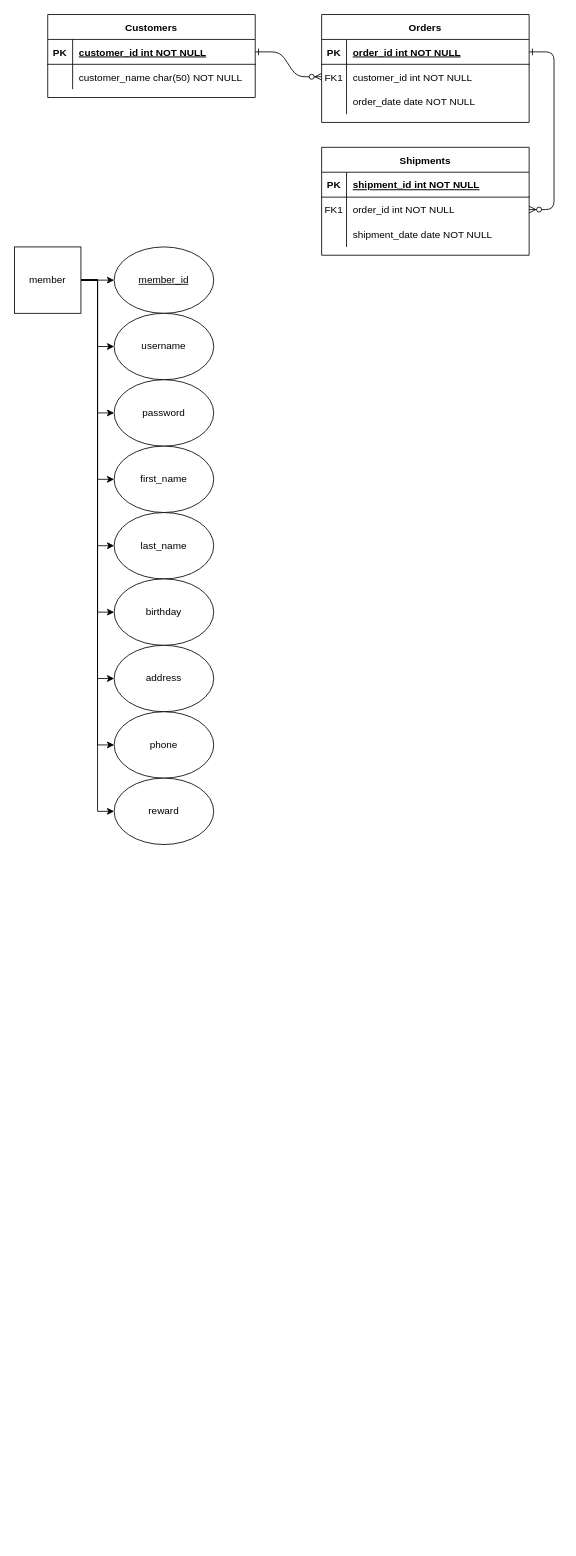
The draw.io diagram ER Diagram.drawio in Misaka2623/CS460Project4, before the edit. Source tidied: cells renumbered, new cells numbered last; positions are measured from the earlier drawing's top-left corner, leaving out a move shared by most shapes. Both pictures are drawn from the tidied source at 83%, with x=0, y=0 at pixel (14, 14).
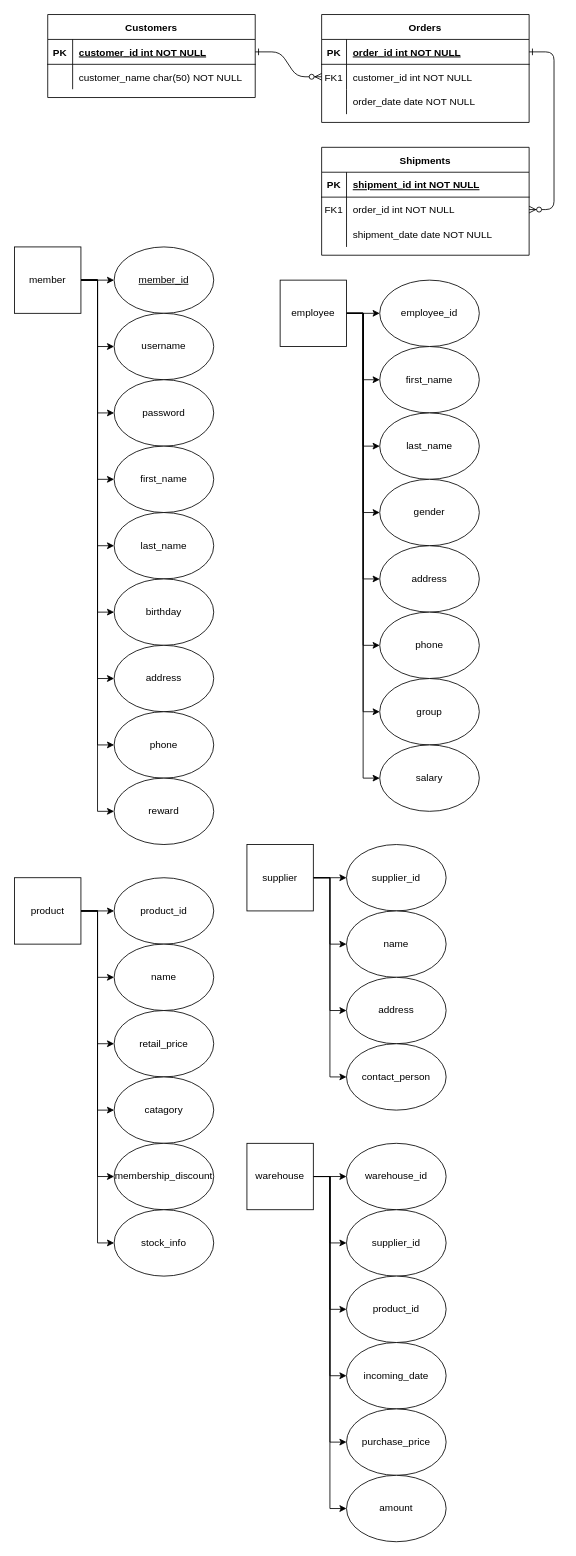
After the change.

What changed in the source:
```diff
@@
+    <mxCell id="50" style="edgeStyle=orthogonalEdgeStyle;rounded=0;jettySize=auto;html=1;exitX=1;exitY=0.5;exitDx=0;exitDy=0;" parent="1" edge="1" source="58" target="59">
+      <mxGeometry relative="1" as="geometry" />
+    </mxCell>
+    <mxCell id="51" style="edgeStyle=orthogonalEdgeStyle;rounded=0;jettySize=auto;html=1;exitX=1;exitY=0.5;exitDx=0;exitDy=0;" parent="1" edge="1" source="58" target="60">
+      <mxGeometry relative="1" as="geometry" />
+    </mxCell>
+    <mxCell id="52" style="edgeStyle=orthogonalEdgeStyle;rounded=0;jettySize=auto;html=1;exitX=1;exitY=0.5;exitDx=0;exitDy=0;entryX=0;entryY=0.5;entryDx=0;entryDy=0;" parent="1" edge="1" source="58" target="61">
+      <mxGeometry relative="1" as="geometry" />
+    </mxCell>
+    <mxCell id="53" style="edgeStyle=orthogonalEdgeStyle;rounded=0;jettySize=auto;html=1;exitX=1;exitY=0.5;exitDx=0;exitDy=0;entryX=0;entryY=0.5;entryDx=0;entryDy=0;" parent="1" edge="1" source="58" target="62">
+      <mxGeometry relative="1" as="geometry" />
+    </mxCell>
+    <mxCell id="54" style="edgeStyle=orthogonalEdgeStyle;rounded=0;jettySize=auto;html=1;exitX=1;exitY=0.5;exitDx=0;exitDy=0;entryX=0;entryY=0.5;entryDx=0;entryDy=0;" parent="1" edge="1" source="58" target="63">
+      <mxGeometry relative="1" as="geometry" />
+    </mxCell>
+    <mxCell id="55" style="edgeStyle=orthogonalEdgeStyle;rounded=0;jettySize=auto;html=1;exitX=1;exitY=0.5;exitDx=0;exitDy=0;entryX=0;entryY=0.5;entryDx=0;entryDy=0;" parent="1" edge="1" source="58" target="64">
+      <mxGeometry relative="1" as="geometry" />
+    </mxCell>
+    <mxCell id="56" style="edgeStyle=orthogonalEdgeStyle;rounded=0;jettySize=auto;html=1;exitX=1;exitY=0.5;exitDx=0;exitDy=0;entryX=0;entryY=0.5;entryDx=0;entryDy=0;" parent="1" edge="1" source="58" target="65">
+      <mxGeometry relative="1" as="geometry" />
+    </mxCell>
+    <mxCell id="57" style="edgeStyle=orthogonalEdgeStyle;rounded=0;jettySize=auto;html=1;exitX=1;exitY=0.5;exitDx=0;exitDy=0;entryX=0;entryY=0.5;entryDx=0;entryDy=0;" parent="1" edge="1" source="58" target="66">
+      <mxGeometry relative="1" as="geometry" />
+    </mxCell>
+    <mxCell id="58" value="employee" style="whiteSpace=wrap;html=1;" parent="1" vertex="1">
+      <mxGeometry x="320" y="320" width="80" height="80" as="geometry" />
+    </mxCell>
+    <mxCell id="59" value="employee_id" style="ellipse;whiteSpace=wrap;html=1;" parent="1" vertex="1">
+      <mxGeometry x="440" y="320" width="120" height="80" as="geometry" />
+    </mxCell>
+    <mxCell id="60" value="first_name" style="ellipse;whiteSpace=wrap;html=1;" parent="1" vertex="1">
+      <mxGeometry x="440" y="400" width="120" height="80" as="geometry" />
+    </mxCell>
+    <mxCell id="61" value="last_name" style="ellipse;whiteSpace=wrap;html=1;" parent="1" vertex="1">
+      <mxGeometry x="440" y="480" width="120" height="80" as="geometry" />
+    </mxCell>
+    <mxCell id="62" value="gender" style="ellipse;whiteSpace=wrap;html=1;" parent="1" vertex="1">
+      <mxGeometry x="440" y="560" width="120" height="80" as="geometry" />
+    </mxCell>
+    <mxCell id="63" value="address" style="ellipse;whiteSpace=wrap;html=1;" parent="1" vertex="1">
+      <mxGeometry x="440" y="640" width="120" height="80" as="geometry" />
+    </mxCell>
+    <mxCell id="64" value="phone" style="ellipse;whiteSpace=wrap;html=1;" parent="1" vertex="1">
+      <mxGeometry x="440" y="720" width="120" height="80" as="geometry" />
+    </mxCell>
+    <mxCell id="65" value="group" style="ellipse;whiteSpace=wrap;html=1;" parent="1" vertex="1">
+      <mxGeometry x="440" y="800" width="120" height="80" as="geometry" />
+    </mxCell>
+    <mxCell id="66" value="salary" style="ellipse;whiteSpace=wrap;html=1;" parent="1" vertex="1">
+      <mxGeometry x="440" y="880" width="120" height="80" as="geometry" />
+    </mxCell>
+    <mxCell id="67" style="edgeStyle=orthogonalEdgeStyle;rounded=0;jettySize=auto;html=1;exitX=1;exitY=0.5;exitDx=0;exitDy=0;" parent="1" edge="1" source="73" target="74">
+      <mxGeometry relative="1" as="geometry" />
+    </mxCell>
+    <mxCell id="68" style="edgeStyle=orthogonalEdgeStyle;rounded=0;jettySize=auto;html=1;exitX=1;exitY=0.5;exitDx=0;exitDy=0;" parent="1" edge="1" source="73" target="75">
+      <mxGeometry relative="1" as="geometry" />
+    </mxCell>
+    <mxCell id="69" style="edgeStyle=orthogonalEdgeStyle;rounded=0;jettySize=auto;html=1;exitX=1;exitY=0.5;exitDx=0;exitDy=0;entryX=0;entryY=0.5;entryDx=0;entryDy=0;" parent="1" edge="1" source="73" target="76">
+      <mxGeometry relative="1" as="geometry" />
+    </mxCell>
+    <mxCell id="70" style="edgeStyle=orthogonalEdgeStyle;rounded=0;jettySize=auto;html=1;exitX=1;exitY=0.5;exitDx=0;exitDy=0;entryX=0;entryY=0.5;entryDx=0;entryDy=0;" parent="1" edge="1" source="73" target="77">
+      <mxGeometry relative="1" as="geometry" />
+    </mxCell>
+    <mxCell id="71" style="edgeStyle=orthogonalEdgeStyle;rounded=0;jettySize=auto;html=1;exitX=1;exitY=0.5;exitDx=0;exitDy=0;entryX=0;entryY=0.5;entryDx=0;entryDy=0;" parent="1" edge="1" source="73" target="78">
+      <mxGeometry relative="1" as="geometry" />
+    </mxCell>
+    <mxCell id="72" style="edgeStyle=orthogonalEdgeStyle;rounded=0;jettySize=auto;html=1;exitX=1;exitY=0.5;exitDx=0;exitDy=0;entryX=0;entryY=0.5;entryDx=0;entryDy=0;" parent="1" edge="1" source="73" target="79">
+      <mxGeometry relative="1" as="geometry" />
+    </mxCell>
+    <mxCell id="73" value="product" style="whiteSpace=wrap;html=1;" parent="1" vertex="1">
+      <mxGeometry y="1040" width="80" height="80" as="geometry" />
+    </mxCell>
+    <mxCell id="74" value="product_id" style="ellipse;whiteSpace=wrap;html=1;" parent="1" vertex="1">
+      <mxGeometry x="120" y="1040" width="120" height="80" as="geometry" />
+    </mxCell>
+    <mxCell id="75" value="name" style="ellipse;whiteSpace=wrap;html=1;" parent="1" vertex="1">
+      <mxGeometry x="120" y="1120" width="120" height="80" as="geometry" />
+    </mxCell>
+    <mxCell id="76" value="retail_price" style="ellipse;whiteSpace=wrap;html=1;" parent="1" vertex="1">
+      <mxGeometry x="120" y="1200" width="120" height="80" as="geometry" />
+    </mxCell>
+    <mxCell id="77" value="catagory" style="ellipse;whiteSpace=wrap;html=1;" parent="1" vertex="1">
+      <mxGeometry x="120" y="1280" width="120" height="80" as="geometry" />
+    </mxCell>
+    <mxCell id="78" value="membership_discount" style="ellipse;whiteSpace=wrap;html=1;" parent="1" vertex="1">
+      <mxGeometry x="120" y="1360" width="120" height="80" as="geometry" />
+    </mxCell>
+    <mxCell id="79" value="stock_info" style="ellipse;whiteSpace=wrap;html=1;" parent="1" vertex="1">
+      <mxGeometry x="120" y="1440" width="120" height="80" as="geometry" />
+    </mxCell>
+    <mxCell id="80" style="edgeStyle=orthogonalEdgeStyle;rounded=0;jettySize=auto;html=1;exitX=1;exitY=0.5;exitDx=0;exitDy=0;" parent="1" edge="1" source="84" target="85">
+      <mxGeometry relative="1" as="geometry" />
+    </mxCell>
+    <mxCell id="81" style="edgeStyle=orthogonalEdgeStyle;rounded=0;jettySize=auto;html=1;exitX=1;exitY=0.5;exitDx=0;exitDy=0;" parent="1" edge="1" source="84" target="86">
+      <mxGeometry relative="1" as="geometry" />
+    </mxCell>
+    <mxCell id="82" style="edgeStyle=orthogonalEdgeStyle;rounded=0;jettySize=auto;html=1;exitX=1;exitY=0.5;exitDx=0;exitDy=0;entryX=0;entryY=0.5;entryDx=0;entryDy=0;" parent="1" edge="1" source="84" target="87">
+      <mxGeometry relative="1" as="geometry" />
+    </mxCell>
+    <mxCell id="83" style="edgeStyle=orthogonalEdgeStyle;rounded=0;jettySize=auto;html=1;exitX=1;exitY=0.5;exitDx=0;exitDy=0;entryX=0;entryY=0.5;entryDx=0;entryDy=0;" parent="1" edge="1" source="84" target="88">
+      <mxGeometry relative="1" as="geometry" />
+    </mxCell>
+    <mxCell id="84" value="supplier" style="whiteSpace=wrap;html=1;" parent="1" vertex="1">
+      <mxGeometry x="280" y="1000" width="80" height="80" as="geometry" />
+    </mxCell>
+    <mxCell id="85" value="supplier_id" style="ellipse;whiteSpace=wrap;html=1;" parent="1" vertex="1">
+      <mxGeometry x="400" y="1000" width="120" height="80" as="geometry" />
+    </mxCell>
+    <mxCell id="86" value="name" style="ellipse;whiteSpace=wrap;html=1;" parent="1" vertex="1">
+      <mxGeometry x="400" y="1080" width="120" height="80" as="geometry" />
+    </mxCell>
+    <mxCell id="87" value="address" style="ellipse;whiteSpace=wrap;html=1;" parent="1" vertex="1">
+      <mxGeometry x="400" y="1160" width="120" height="80" as="geometry" />
+    </mxCell>
+    <mxCell id="88" value="contact_person" style="ellipse;whiteSpace=wrap;html=1;" parent="1" vertex="1">
+      <mxGeometry x="400" y="1240" width="120" height="80" as="geometry" />
+    </mxCell>
+    <mxCell id="89" style="edgeStyle=orthogonalEdgeStyle;rounded=0;jettySize=auto;html=1;exitX=1;exitY=0.5;exitDx=0;exitDy=0;" parent="1" edge="1" source="95" target="96">
+      <mxGeometry relative="1" as="geometry" />
+    </mxCell>
+    <mxCell id="90" style="edgeStyle=orthogonalEdgeStyle;rounded=0;jettySize=auto;html=1;exitX=1;exitY=0.5;exitDx=0;exitDy=0;" parent="1" edge="1" source="95" target="97">
+      <mxGeometry relative="1" as="geometry" />
+    </mxCell>
+    <mxCell id="91" style="edgeStyle=orthogonalEdgeStyle;rounded=0;jettySize=auto;html=1;exitX=1;exitY=0.5;exitDx=0;exitDy=0;entryX=0;entryY=0.5;entryDx=0;entryDy=0;" parent="1" edge="1" source="95" target="98">
+      <mxGeometry relative="1" as="geometry" />
+    </mxCell>
+    <mxCell id="92" style="edgeStyle=orthogonalEdgeStyle;rounded=0;jettySize=auto;html=1;exitX=1;exitY=0.5;exitDx=0;exitDy=0;entryX=0;entryY=0.5;entryDx=0;entryDy=0;" parent="1" edge="1" source="95" target="99">
+      <mxGeometry relative="1" as="geometry" />
+    </mxCell>
+    <mxCell id="93" style="edgeStyle=orthogonalEdgeStyle;rounded=0;jettySize=auto;html=1;exitX=1;exitY=0.5;exitDx=0;exitDy=0;entryX=0;entryY=0.5;entryDx=0;entryDy=0;" parent="1" edge="1" source="95" target="100">
+      <mxGeometry relative="1" as="geometry" />
+    </mxCell>
+    <mxCell id="94" style="edgeStyle=orthogonalEdgeStyle;rounded=0;jettySize=auto;html=1;exitX=1;exitY=0.5;exitDx=0;exitDy=0;entryX=0;entryY=0.5;entryDx=0;entryDy=0;" parent="1" edge="1" source="95" target="101">
+      <mxGeometry relative="1" as="geometry" />
+    </mxCell>
+    <mxCell id="95" value="warehouse" style="whiteSpace=wrap;html=1;" parent="1" vertex="1">
+      <mxGeometry x="280" y="1360" width="80" height="80" as="geometry" />
+    </mxCell>
+    <mxCell id="96" value="warehouse_id" style="ellipse;whiteSpace=wrap;html=1;" parent="1" vertex="1">
+      <mxGeometry x="400" y="1360" width="120" height="80" as="geometry" />
+    </mxCell>
+    <mxCell id="97" value="supplier_id" style="ellipse;whiteSpace=wrap;html=1;" parent="1" vertex="1">
+      <mxGeometry x="400" y="1440" width="120" height="80" as="geometry" />
+    </mxCell>
+    <mxCell id="98" value="product_id" style="ellipse;whiteSpace=wrap;html=1;" parent="1" vertex="1">
+      <mxGeometry x="400" y="1520" width="120" height="80" as="geometry" />
+    </mxCell>
+    <mxCell id="99" value="incoming_date" style="ellipse;whiteSpace=wrap;html=1;" parent="1" vertex="1">
+      <mxGeometry x="400" y="1600" width="120" height="80" as="geometry" />
+    </mxCell>
+    <mxCell id="100" value="purchase_price" style="ellipse;whiteSpace=wrap;html=1;" parent="1" vertex="1">
+      <mxGeometry x="400" y="1680" width="120" height="80" as="geometry" />
+    </mxCell>
+    <mxCell id="101" value="amount" style="ellipse;whiteSpace=wrap;html=1;" parent="1" vertex="1">
+      <mxGeometry x="400" y="1760" width="120" height="80" as="geometry" />
+    </mxCell>
```
